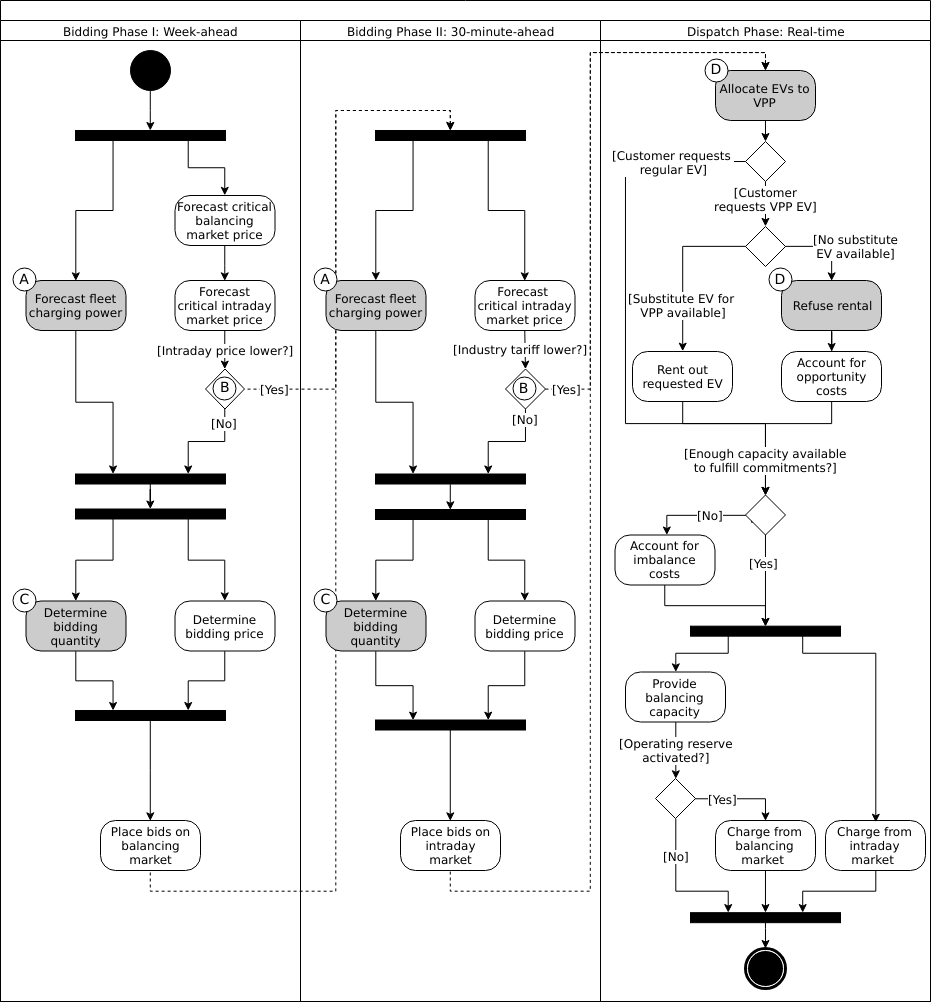
indyfree/ma-thesis keeps this draw.io diagram as fig/control_mechanism.png. Above is the earlier version. Source tidied: cells renumbered, new cells last; positions are measured from the earlier drawing's top-left corner, leaving out a move shared by most shapes.
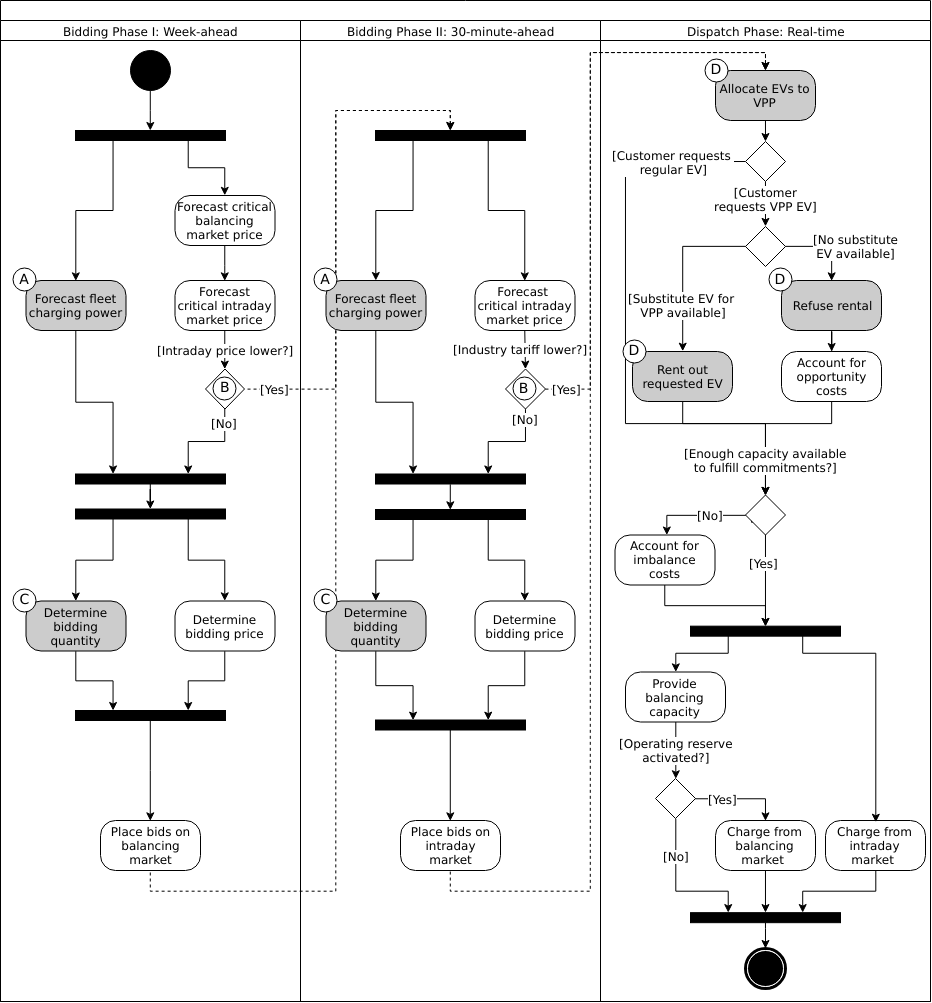
Later version of the same file.

Commit message:
[model] Add letters to steps

The edit, as a diff of the source:
```diff
@@ -298,7 +298,7 @@
         <mxPoint x="31.5" y="-38" as="offset" />
       </mxGeometry>
     </mxCell>
-    <mxCell id="81" value="Rent out requested EV" style="rounded=1;whiteSpace=wrap;html=1;shadow=0;comic=0;labelBackgroundColor=none;strokeColor=#000000;strokeWidth=1;fillColor=#ffffff;fontFamily=Verdana;fontSize=12;fontColor=#000000;align=center;arcSize=30;" parent="65" vertex="1">
+    <mxCell id="81" value="Rent out requested EV" style="rounded=1;whiteSpace=wrap;html=1;shadow=0;comic=0;labelBackgroundColor=none;strokeColor=#000000;strokeWidth=1;fillColor=#CCCCCC;fontFamily=Verdana;fontSize=12;fontColor=#000000;align=center;arcSize=30;" parent="65" vertex="1">
       <mxGeometry x="32" y="331" width="100" height="50" as="geometry" />
     </mxCell>
     <mxCell id="82" style="edgeStyle=orthogonalEdgeStyle;rounded=0;jettySize=auto;html=1;startArrow=none;startFill=0;endArrow=classic;endFill=1;fontSize=12;entryX=0.5;entryY=0;entryDx=0;entryDy=0;fontFamily=Verdana;" parent="65" edge="1" source="74" target="81">
@@ -433,6 +433,9 @@
     <mxCell id="112" value="D" style="ellipse;html=1;fontSize=14;spacing=0;fontFamily=Verdana;verticalAlign=middle;whiteSpace=wrap;" parent="65" vertex="1">
       <mxGeometry x="168" y="247.5" width="23" height="23" as="geometry" />
     </mxCell>
+    <mxCell id="115" value="D" style="ellipse;html=1;fontSize=14;spacing=0;fontFamily=Verdana;verticalAlign=middle;whiteSpace=wrap;" parent="65" vertex="1">
+      <mxGeometry x="22" y="319.5" width="23" height="23" as="geometry" />
+    </mxCell>
     <mxCell id="113" style="endArrow=classic;dashed=1;html=1;exitX=1;exitY=0.5;exitDx=0;exitDy=0;entryX=0.5;entryY=0;entryDx=0;entryDy=0;edgeStyle=orthogonalEdgeStyle;endFill=1;rounded=0;fontSize=12;fontFamily=Verdana;" parent="2" edge="1" source="58" target="109">
       <mxGeometry relative="1" as="geometry">
         <Array as="points">
```
